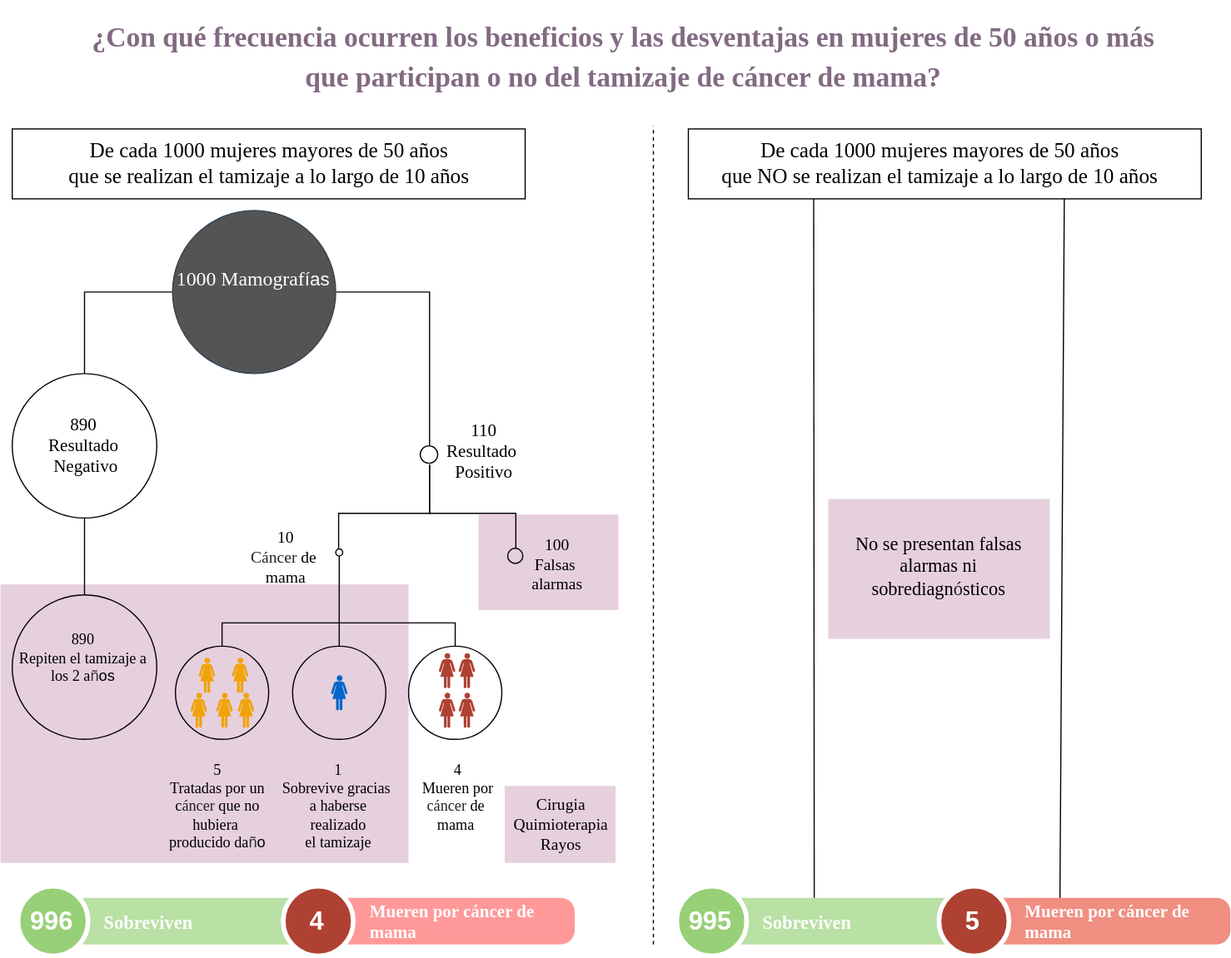
Julieta-Lauria/hospital-italiano keeps this draw.io diagram as public/img/grafico1-version2.svg. Above is the earlier version. Source tidied: cells renumbered, new cells last; positions are measured from the earlier drawing's top-left corner, leaving out a move shared by most shapes.
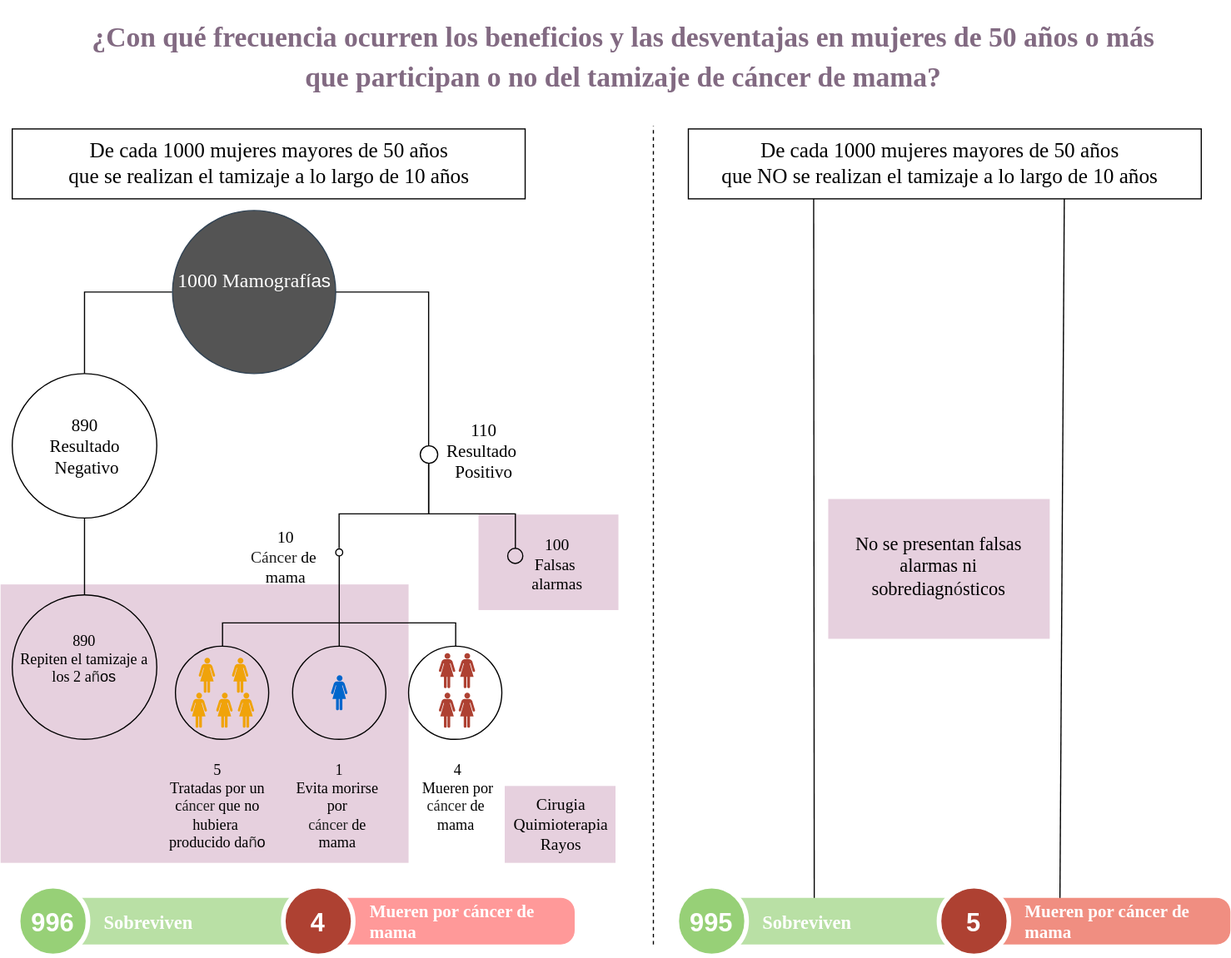
After the commit.

Commit message:
Lupitas en grafico

Diff of the diagram source:
```diff
@@ -106,8 +106,8 @@
     <mxCell id="32" style="verticalLabelPosition=bottom;html=1;fillColor=#0066CC;verticalAlign=top;align=center;shape=mxgraph.cisco_safe.design.actor_1;shadow=0;fontFamily=Tahoma;fontSize=12;strokeColor=#001DBC;fontColor=#ffffff;" parent="1" vertex="1">
       <mxGeometry x="283.5" y="569" width="14" height="30" as="geometry" />
     </mxCell>
-    <mxCell id="33" value="1&lt;br style=&quot;font-size: 13px&quot;&gt;Sobrevive gracias&amp;nbsp;&lt;br style=&quot;font-size: 13px&quot;&gt;a haberse &lt;br&gt;realizado&lt;br style=&quot;font-size: 13px&quot;&gt;el tamizaje" style="text;html=1;align=center;verticalAlign=top;spacingTop=-4;fontSize=13;fontFamily=Tahoma;" parent="1" vertex="1">
-      <mxGeometry x="233.5" y="640" width="120" height="80" as="geometry" />
+    <mxCell id="33" value="1&lt;br&gt;Evita morirse&amp;nbsp;&lt;br&gt;por&amp;nbsp;&lt;br&gt;&lt;span style=&quot;color: rgb(34 , 34 , 34) ; text-align: left ; white-space: normal ; background-color: rgb(230 , 208 , 222)&quot;&gt;cáncer&amp;nbsp;&lt;/span&gt;de&amp;nbsp;&lt;br&gt;mama&amp;nbsp;" style="text;html=1;align=center;verticalAlign=top;spacingTop=-4;fontSize=13;fontFamily=Tahoma;" parent="1" vertex="1">
+      <mxGeometry x="248.5" y="640" width="90" height="80" as="geometry" />
     </mxCell>
     <mxCell id="34" style="verticalLabelPosition=bottom;html=1;fillColor=#AE4132;verticalAlign=top;align=center;shape=mxgraph.cisco_safe.design.actor_1;shadow=0;fontFamily=Tahoma;fontSize=12;strokeColor=#B20000;fontColor=#ffffff;" parent="1" vertex="1">
       <mxGeometry x="376" y="550" width="14" height="30" as="geometry" />
```
